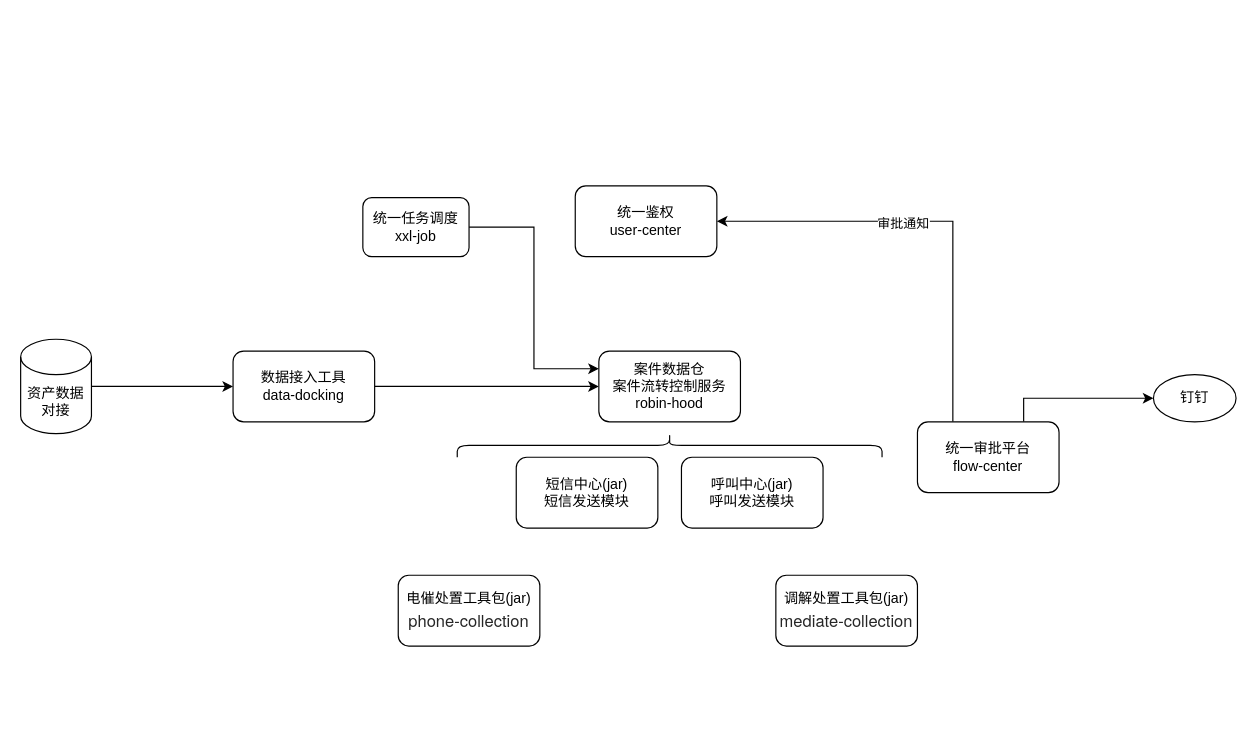
Earlier version of the draw.io diagram Untitled Diagram.drawio (chaomings/simple). Source tidied: cells renumbered, new cells numbered last; positions are measured from the earlier drawing's top-left corner, leaving out a move shared by most shapes. Both pictures are drawn from the tidied source at 118%, with x=0, y=0 at pixel (20, 185).
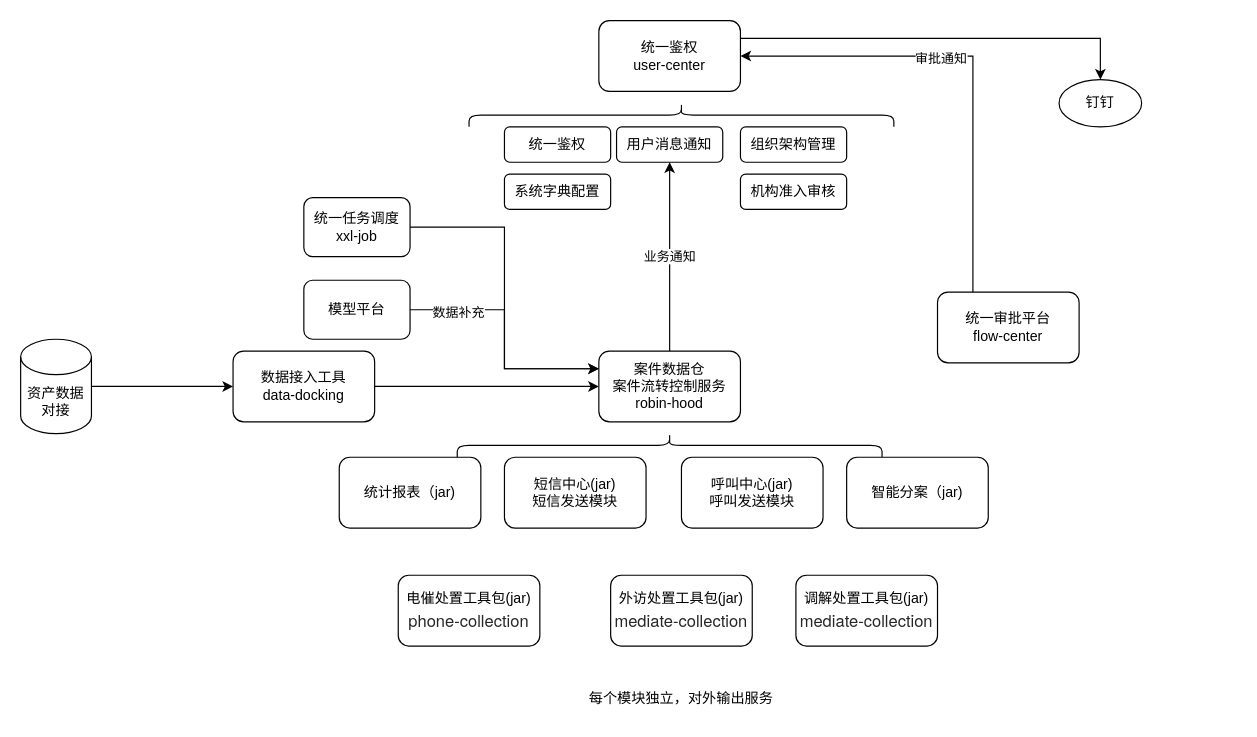
Above is the later version.

The change refers to these unchanged cells:
```xml
<mxCell id="7" value="案件数据仓&lt;br&gt;案件流转控制服务&lt;br&gt;robin-hood" style="rounded=1;whiteSpace=wrap;html=1;" parent="1" vertex="1">
  <mxGeometry x="490" y="140" width="120" height="60" as="geometry" />
</mxCell>
```

The edit, as a diff of the source:
```diff
@@
+    <mxCell id="20" style="edgeStyle=orthogonalEdgeStyle;rounded=0;jettySize=auto;html=1;exitX=1;exitY=0.25;exitDx=0;exitDy=0;entryX=0.5;entryY=0;entryDx=0;entryDy=0;" parent="1" edge="1" source="2" target="14">
+      <mxGeometry relative="1" as="geometry" />
+    </mxCell>
     <mxCell id="2" value="统一鉴权&lt;br&gt;user-center" style="rounded=1;whiteSpace=wrap;html=1;" parent="1" vertex="1">
-      <mxGeometry x="470" width="120" height="60" as="geometry" />
+      <mxGeometry x="490" y="-140" width="120" height="60" as="geometry" />
     </mxCell>
@@
+    <mxCell id="21" value="业务通知" style="edgeStyle=orthogonalEdgeStyle;rounded=0;jettySize=auto;html=1;entryX=0.5;entryY=1;entryDx=0;entryDy=0;" parent="1" edge="1" source="7" target="24">
+      <mxGeometry relative="1" as="geometry" />
+    </mxCell>
@@
     <mxCell id="9" value="调解处置工具包(jar)&lt;br&gt;&lt;p class=&quot;p1&quot; style=&quot;margin: 0px ; font-stretch: normal ; font-size: 14px ; line-height: normal ; font-family: &amp;#34;helvetica neue&amp;#34; ; color: rgba(0 , 0 , 0 , 0.85)&quot;&gt;&lt;span style=&quot;font-family: &amp;#34;helvetica neue&amp;#34;&quot;&gt;mediate&lt;/span&gt;-collection&lt;/p&gt;" style="rounded=1;whiteSpace=wrap;html=1;" parent="1" vertex="1">
-      <mxGeometry x="640" y="330" width="120" height="60" as="geometry" />
+      <mxGeometry x="657" y="330" width="120" height="60" as="geometry" />
     </mxCell>
@@
-    <mxCell id="12" style="edgeStyle=orthogonalEdgeStyle;rounded=0;jettySize=auto;html=1;exitX=0.75;exitY=0;exitDx=0;exitDy=0;" parent="1" edge="1" source="13" target="14">
-      <mxGeometry relative="1" as="geometry" />
-    </mxCell>
     <mxCell id="13" value="统一审批平台&lt;br&gt;flow-center" style="rounded=1;whiteSpace=wrap;html=1;" parent="1" vertex="1">
-      <mxGeometry x="760" y="200" width="120" height="60" as="geometry" />
+      <mxGeometry x="777" y="90" width="120" height="60" as="geometry" />
     </mxCell>
     <mxCell id="14" value="钉钉" style="ellipse;whiteSpace=wrap;html=1;" parent="1" vertex="1">
-      <mxGeometry x="960" y="160" width="70" height="40" as="geometry" />
+      <mxGeometry x="880" y="-90" width="70" height="40" as="geometry" />
     </mxCell>
@@
     <mxCell id="16" value="统一任务调度&lt;br&gt;xxl-job" style="rounded=1;whiteSpace=wrap;html=1;" parent="1" vertex="1">
-      <mxGeometry x="290" y="10" width="90" height="50" as="geometry" />
+      <mxGeometry x="240" y="10" width="90" height="50" as="geometry" />
     </mxCell>
@@
     <mxCell id="18" value="短信中心(jar)&lt;br&gt;短信发送模块" style="rounded=1;whiteSpace=wrap;html=1;" parent="1" vertex="1">
-      <mxGeometry x="420" y="230" width="120" height="60" as="geometry" />
+      <mxGeometry x="410" y="230" width="120" height="60" as="geometry" />
     </mxCell>
@@
+    <mxCell id="22" style="shape=curlyBracket;whiteSpace=wrap;html=1;rounded=1;flipH=1;rotation=-90;" parent="1" vertex="1">
+      <mxGeometry x="550" y="-240" width="20" height="360" as="geometry" />
+    </mxCell>
+    <mxCell id="23" value="统一鉴权" style="rounded=1;whiteSpace=wrap;html=1;" parent="1" vertex="1">
+      <mxGeometry x="410" y="-50" width="90" height="30" as="geometry" />
+    </mxCell>
+    <mxCell id="24" value="用户消息通知" style="rounded=1;whiteSpace=wrap;html=1;" parent="1" vertex="1">
+      <mxGeometry x="505" y="-50" width="90" height="30" as="geometry" />
+    </mxCell>
+    <mxCell id="25" value="组织架构管理" style="rounded=1;whiteSpace=wrap;html=1;" parent="1" vertex="1">
+      <mxGeometry x="610" y="-50" width="90" height="30" as="geometry" />
+    </mxCell>
+    <mxCell id="26" value="系统字典配置" style="rounded=1;whiteSpace=wrap;html=1;" parent="1" vertex="1">
+      <mxGeometry x="410" y="-10" width="90" height="30" as="geometry" />
+    </mxCell>
+    <mxCell id="27" value="机构准入审核" style="rounded=1;whiteSpace=wrap;html=1;" parent="1" vertex="1">
+      <mxGeometry x="610" y="-10" width="90" height="30" as="geometry" />
+    </mxCell>
+    <mxCell id="28" value="智能分案（jar)" style="rounded=1;whiteSpace=wrap;html=1;" parent="1" vertex="1">
+      <mxGeometry x="700" y="230" width="120" height="60" as="geometry" />
+    </mxCell>
+    <mxCell id="29" style="edgeStyle=orthogonalEdgeStyle;rounded=0;jettySize=auto;html=1;exitX=1;exitY=0.5;exitDx=0;exitDy=0;entryX=0;entryY=0.25;entryDx=0;entryDy=0;" parent="1" edge="1" source="31" target="7">
+      <mxGeometry relative="1" as="geometry" />
+    </mxCell>
+    <mxCell id="30" value="数据补充" style="edgeLabel;html=1;align=center;verticalAlign=middle;" parent="29" vertex="1">
+      <mxGeometry x="-0.62" y="-2" relative="1" as="geometry" />
+    </mxCell>
+    <mxCell id="31" value="模型平台" style="rounded=1;whiteSpace=wrap;html=1;" parent="1" vertex="1">
+      <mxGeometry x="240" y="80" width="90" height="50" as="geometry" />
+    </mxCell>
+    <mxCell id="32" value="外访处置工具包(jar)&lt;br&gt;&lt;p class=&quot;p1&quot; style=&quot;margin: 0px ; font-stretch: normal ; font-size: 14px ; line-height: normal ; font-family: &amp;#34;helvetica neue&amp;#34; ; color: rgba(0 , 0 , 0 , 0.85)&quot;&gt;&lt;span style=&quot;font-family: &amp;#34;helvetica neue&amp;#34;&quot;&gt;mediate&lt;/span&gt;-collection&lt;/p&gt;" style="rounded=1;whiteSpace=wrap;html=1;" parent="1" vertex="1">
+      <mxGeometry x="500" y="330" width="120" height="60" as="geometry" />
+    </mxCell>
+    <mxCell id="33" value="统计报表（jar)" style="rounded=1;whiteSpace=wrap;html=1;" parent="1" vertex="1">
+      <mxGeometry x="270" y="230" width="120" height="60" as="geometry" />
+    </mxCell>
+    <mxCell id="34" value="每个模块独立，对外输出服务" style="text;html=1;strokeColor=none;fillColor=none;align=center;verticalAlign=middle;whiteSpace=wrap;rounded=0;" parent="1" vertex="1">
+      <mxGeometry x="460" y="420" width="200" height="30" as="geometry" />
+    </mxCell>
```
